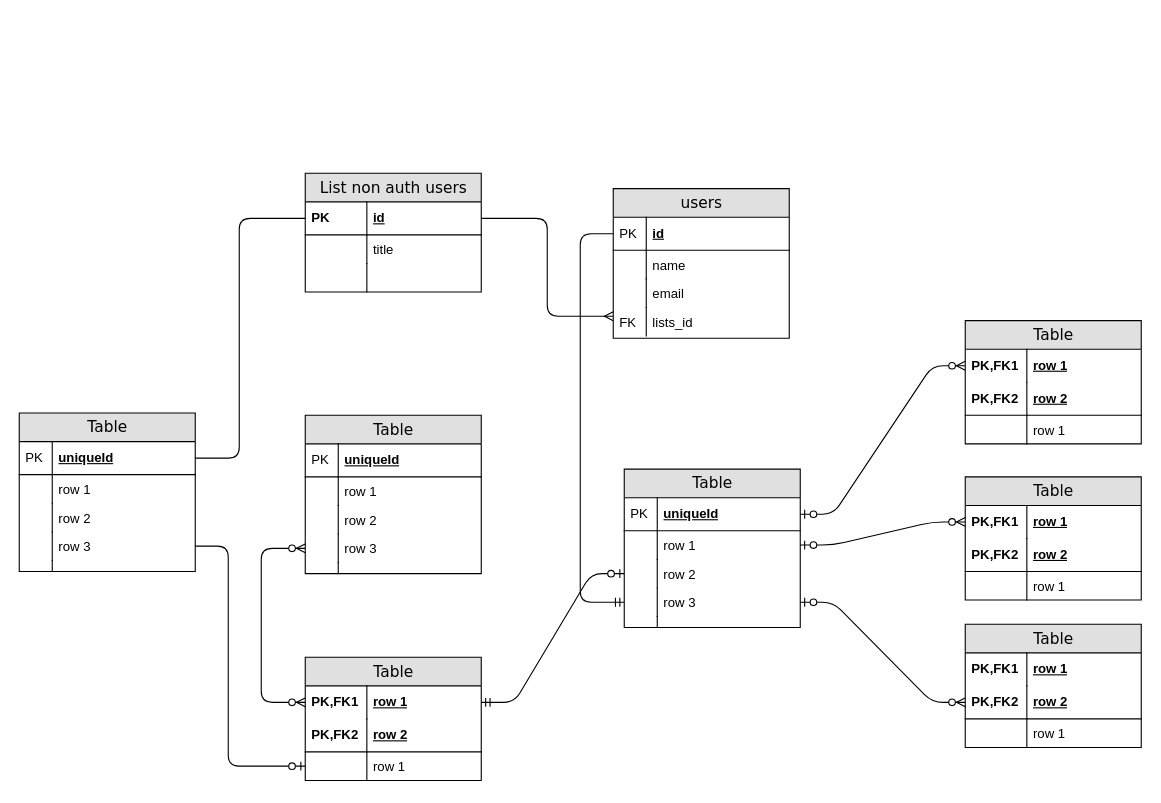
This is schem_of_DB/AudiopMC_DB.drawio from AlexXXll/Test_to_ITMO, a draw.io file, before an edit. Source tidied: cells renumbered, new cells numbered last; positions are measured from the earlier drawing's top-left corner, leaving out a move shared by most shapes. Both pictures are drawn from the tidied source at 110%, with x=0, y=0 at pixel (19, 173).
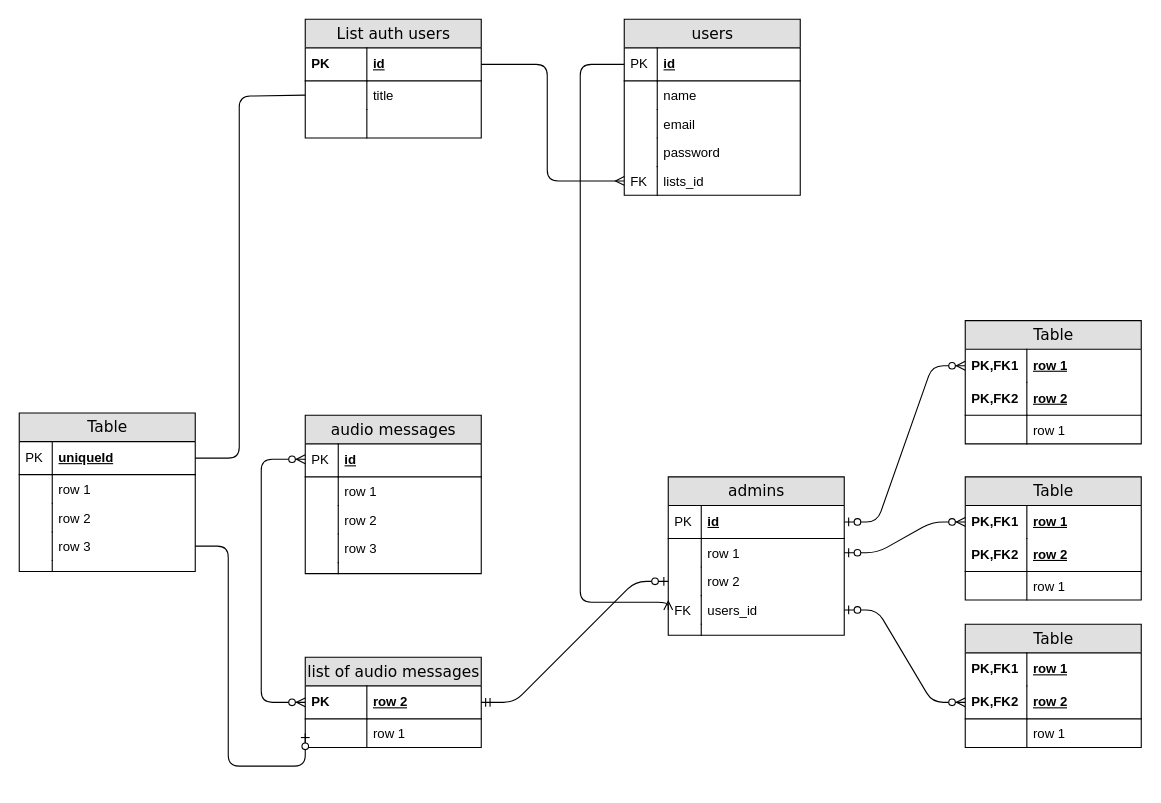
Above is the later version.

Unchanged cells that the change refers to:
```xml
<mxCell id="3" value="id" style="shape=partialRectangle;top=0;left=0;right=0;bottom=1;html=1;align=left;verticalAlign=middle;fillColor=none;spacingLeft=60;spacingRight=4;whiteSpace=wrap;overflow=hidden;points=[[0,0.5],[1,0.5]];portConstraint=eastwest;fontStyle=5;" parent="2" vertex="1">
  <mxGeometry y="26" width="160" height="30" as="geometry" />
</mxCell>
<mxCell id="5" value="title" style="shape=partialRectangle;top=0;left=0;right=0;bottom=0;html=1;align=left;verticalAlign=top;fillColor=none;spacingLeft=60;spacingRight=4;whiteSpace=wrap;overflow=hidden;points=[[0,0.5],[1,0.5]];portConstraint=eastwest;" parent="2" vertex="1">
  <mxGeometry y="56" width="160" height="26" as="geometry" />
</mxCell>
<mxCell id="10" value="id" style="shape=partialRectangle;top=0;left=0;right=0;bottom=1;html=1;align=left;verticalAlign=middle;fillColor=none;spacingLeft=34;spacingRight=4;whiteSpace=wrap;overflow=hidden;points=[[0,0.5],[1,0.5]];portConstraint=eastwest;fontStyle=5;" parent="9" vertex="1">
  <mxGeometry y="26" width="160" height="30" as="geometry" />
</mxCell>
<mxCell id="25" value="row 3" style="shape=partialRectangle;top=0;left=0;right=0;bottom=0;html=1;align=left;verticalAlign=top;fillColor=none;spacingLeft=34;spacingRight=4;whiteSpace=wrap;overflow=hidden;points=[[0,0.5],[1,0.5]];portConstraint=eastwest;" parent="18" vertex="1">
  <mxGeometry y="108" width="160" height="26" as="geometry" />
</mxCell>
<mxCell id="34" value="row 2" style="shape=partialRectangle;top=0;left=0;right=0;bottom=0;html=1;align=left;verticalAlign=top;fillColor=none;spacingLeft=34;spacingRight=4;whiteSpace=wrap;overflow=hidden;points=[[0,0.5],[1,0.5]];portConstraint=eastwest;" parent="29" vertex="1">
  <mxGeometry y="82" width="160" height="26" as="geometry" />
</mxCell>
<mxCell id="76" value="uniqueId" style="shape=partialRectangle;top=0;left=0;right=0;bottom=1;html=1;align=left;verticalAlign=middle;fillColor=none;spacingLeft=34;spacingRight=4;whiteSpace=wrap;overflow=hidden;points=[[0,0.5],[1,0.5]];portConstraint=eastwest;fontStyle=5;" parent="75" vertex="1">
  <mxGeometry y="26" width="160" height="30" as="geometry" />
</mxCell>
```

Diff of the diagram source:
```diff
@@
-    <mxCell id="2" value="List non auth users" style="swimlane;html=1;fontStyle=0;horizontal=1;startSize=26;fillColor=#e0e0e0;swimlaneFillColor=#ffffff;align=center;rounded=0;shadow=0;comic=0;labelBackgroundColor=none;strokeWidth=1;fontFamily=Verdana;fontSize=14;" parent="1" vertex="1">
-      <mxGeometry x="260" width="160" height="108" as="geometry" />
+    <mxCell id="2" value="List auth users" style="swimlane;html=1;fontStyle=0;horizontal=1;startSize=26;fillColor=#e0e0e0;swimlaneFillColor=#ffffff;align=center;rounded=0;shadow=0;comic=0;labelBackgroundColor=none;strokeWidth=1;fontFamily=Verdana;fontSize=14;" parent="1" vertex="1">
+      <mxGeometry x="260" y="-140" width="160" height="108" as="geometry" />
     </mxCell>
@@
     <mxCell id="9" value="users" style="swimlane;html=1;fontStyle=0;horizontal=1;startSize=26;fillColor=#e0e0e0;swimlaneFillColor=#ffffff;align=center;rounded=0;shadow=0;comic=0;labelBackgroundColor=none;strokeWidth=1;fontFamily=Verdana;fontSize=14;swimlaneLine=1;" parent="1" vertex="1">
-      <mxGeometry x="540" y="14" width="160" height="136" as="geometry" />
+      <mxGeometry x="550" y="-140" width="160" height="160" as="geometry" />
     </mxCell>
@@
+    <mxCell id="88" value="password" style="shape=partialRectangle;top=0;left=0;right=0;bottom=0;html=1;align=left;verticalAlign=top;fillColor=none;spacingLeft=34;spacingRight=4;whiteSpace=wrap;overflow=hidden;" parent="9" vertex="1">
+      <mxGeometry y="108" width="160" height="26" as="geometry" />
+    </mxCell>
+    <mxCell id="89" style="shape=partialRectangle;top=0;left=0;bottom=0;html=1;fillColor=none;align=left;verticalAlign=top;spacingLeft=4;spacingRight=4;whiteSpace=wrap;overflow=hidden;" parent="88" vertex="1">
+      <mxGeometry width="30" height="26" as="geometry" />
+    </mxCell>
     <mxCell id="16" value="lists_id" style="shape=partialRectangle;top=0;left=0;right=0;bottom=0;html=1;align=left;verticalAlign=top;fillColor=none;spacingLeft=34;spacingRight=4;whiteSpace=wrap;overflow=hidden;points=[[0,0.5],[1,0.5]];portConstraint=eastwest;" parent="9" vertex="1">
-      <mxGeometry y="108" width="160" height="26" as="geometry" />
+      <mxGeometry y="134" width="160" height="26" as="geometry" />
     </mxCell>
@@
-    <mxCell id="18" value="Table" style="swimlane;html=1;fontStyle=0;horizontal=1;startSize=26;fillColor=#e0e0e0;swimlaneFillColor=#ffffff;align=center;rounded=0;shadow=0;comic=0;labelBackgroundColor=none;strokeWidth=1;fontFamily=Verdana;fontSize=14;" parent="1" vertex="1">
+    <mxCell id="18" value="audio messages" style="swimlane;html=1;fontStyle=0;horizontal=1;startSize=26;fillColor=#e0e0e0;swimlaneFillColor=#ffffff;align=center;rounded=0;shadow=0;comic=0;labelBackgroundColor=none;strokeWidth=1;fontFamily=Verdana;fontSize=14;" parent="1" vertex="1">
       <mxGeometry x="260" y="220" width="160" height="144" as="geometry" />
     </mxCell>
-    <mxCell id="19" value="uniqueId" style="shape=partialRectangle;top=0;left=0;right=0;bottom=1;html=1;align=left;verticalAlign=middle;fillColor=none;spacingLeft=34;spacingRight=4;whiteSpace=wrap;overflow=hidden;points=[[0,0.5],[1,0.5]];portConstraint=eastwest;fontStyle=5;" parent="18" vertex="1">
+    <mxCell id="19" value="id" style="shape=partialRectangle;top=0;left=0;right=0;bottom=1;html=1;align=left;verticalAlign=middle;fillColor=none;spacingLeft=34;spacingRight=4;whiteSpace=wrap;overflow=hidden;points=[[0,0.5],[1,0.5]];portConstraint=eastwest;fontStyle=5;" parent="18" vertex="1">
       <mxGeometry y="26" width="160" height="30" as="geometry" />
     </mxCell>
@@
-    <mxCell id="29" value="Table" style="swimlane;html=1;fontStyle=0;horizontal=1;startSize=26;fillColor=#e0e0e0;swimlaneFillColor=#ffffff;align=center;rounded=0;shadow=0;comic=0;labelBackgroundColor=none;strokeWidth=1;fontFamily=Verdana;fontSize=14;" parent="1" vertex="1">
-      <mxGeometry x="550" y="269" width="160" height="144" as="geometry" />
+    <mxCell id="29" value="admins" style="swimlane;html=1;fontStyle=0;horizontal=1;startSize=26;fillColor=#e0e0e0;swimlaneFillColor=#ffffff;align=center;rounded=0;shadow=0;comic=0;labelBackgroundColor=none;strokeWidth=1;fontFamily=Verdana;fontSize=14;" parent="1" vertex="1">
+      <mxGeometry x="590" y="276" width="160" height="144" as="geometry" />
     </mxCell>
-    <mxCell id="30" value="uniqueId" style="shape=partialRectangle;top=0;left=0;right=0;bottom=1;html=1;align=left;verticalAlign=middle;fillColor=none;spacingLeft=34;spacingRight=4;whiteSpace=wrap;overflow=hidden;points=[[0,0.5],[1,0.5]];portConstraint=eastwest;fontStyle=5;" parent="29" vertex="1">
+    <mxCell id="30" value="id" style="shape=partialRectangle;top=0;left=0;right=0;bottom=1;html=1;align=left;verticalAlign=middle;fillColor=none;spacingLeft=34;spacingRight=4;whiteSpace=wrap;overflow=hidden;points=[[0,0.5],[1,0.5]];portConstraint=eastwest;fontStyle=5;" parent="29" vertex="1">
       <mxGeometry y="26" width="160" height="30" as="geometry" />
     </mxCell>
@@
-    <mxCell id="36" value="row 3" style="shape=partialRectangle;top=0;left=0;right=0;bottom=0;html=1;align=left;verticalAlign=top;fillColor=none;spacingLeft=34;spacingRight=4;whiteSpace=wrap;overflow=hidden;points=[[0,0.5],[1,0.5]];portConstraint=eastwest;" parent="29" vertex="1">
+    <mxCell id="36" value="users_id" style="shape=partialRectangle;top=0;left=0;right=0;bottom=0;html=1;align=left;verticalAlign=top;fillColor=none;spacingLeft=34;spacingRight=4;whiteSpace=wrap;overflow=hidden;points=[[0,0.5],[1,0.5]];portConstraint=eastwest;" parent="29" vertex="1">
       <mxGeometry y="108" width="160" height="26" as="geometry" />
     </mxCell>
-    <mxCell id="37" style="shape=partialRectangle;top=0;left=0;bottom=0;html=1;fillColor=none;align=left;verticalAlign=top;spacingLeft=4;spacingRight=4;whiteSpace=wrap;overflow=hidden;" parent="36" vertex="1">
+    <mxCell id="37" value="FK" style="shape=partialRectangle;top=0;left=0;bottom=0;html=1;fillColor=none;align=left;verticalAlign=top;spacingLeft=4;spacingRight=4;whiteSpace=wrap;overflow=hidden;" parent="36" vertex="1">
       <mxGeometry width="30" height="26" as="geometry" />
     </mxCell>
@@
-    <mxCell id="47" value="Table" style="swimlane;html=1;fontStyle=0;horizontal=1;startSize=26;fillColor=#e0e0e0;swimlaneFillColor=#ffffff;align=center;rounded=0;shadow=0;comic=0;labelBackgroundColor=none;strokeWidth=1;fontFamily=Verdana;fontSize=14;" parent="1" vertex="1">
-      <mxGeometry x="260" y="440" width="160" height="112" as="geometry" />
+    <mxCell id="47" value="list of audio messages" style="swimlane;html=1;fontStyle=0;horizontal=1;startSize=26;fillColor=#e0e0e0;swimlaneFillColor=#ffffff;align=center;rounded=0;shadow=0;comic=0;labelBackgroundColor=none;strokeWidth=1;fontFamily=Verdana;fontSize=14;" parent="1" vertex="1">
+      <mxGeometry x="260" y="440" width="160" height="82" as="geometry" />
     </mxCell>
-    <mxCell id="48" value="row 1" style="shape=partialRectangle;top=0;left=0;right=0;bottom=0;html=1;align=left;verticalAlign=middle;fillColor=none;spacingLeft=60;spacingRight=4;whiteSpace=wrap;overflow=hidden;points=[[0,0.5],[1,0.5]];portConstraint=eastwest;fontStyle=5;" parent="47" vertex="1">
-      <mxGeometry y="26" width="160" height="30" as="geometry" />
-    </mxCell>
-    <mxCell id="49" value="PK,FK1" style="shape=partialRectangle;fontStyle=1;top=0;left=0;bottom=0;html=1;fillColor=none;align=left;verticalAlign=middle;spacingLeft=4;spacingRight=4;whiteSpace=wrap;overflow=hidden;" parent="48" vertex="1">
-      <mxGeometry width="56" height="30" as="geometry" />
-    </mxCell>
     <mxCell id="50" value="row 2" style="shape=partialRectangle;top=0;left=0;right=0;bottom=1;html=1;align=left;verticalAlign=middle;fillColor=none;spacingLeft=60;spacingRight=4;whiteSpace=wrap;overflow=hidden;fontStyle=5;" parent="47" vertex="1">
-      <mxGeometry y="56" width="160" height="30" as="geometry" />
+      <mxGeometry y="26" width="160" height="30" as="geometry" />
     </mxCell>
-    <mxCell id="51" value="PK,FK2" style="shape=partialRectangle;fontStyle=1;top=0;left=0;bottom=0;html=1;fillColor=none;align=left;verticalAlign=middle;spacingLeft=4;spacingRight=4;whiteSpace=wrap;overflow=hidden;" parent="50" vertex="1">
+    <mxCell id="51" value="PK" style="shape=partialRectangle;fontStyle=1;top=0;left=0;bottom=0;html=1;fillColor=none;align=left;verticalAlign=middle;spacingLeft=4;spacingRight=4;whiteSpace=wrap;overflow=hidden;" parent="50" vertex="1">
       <mxGeometry width="56" height="30" as="geometry" />
     </mxCell>
     <mxCell id="52" value="row 1" style="shape=partialRectangle;top=0;left=0;right=0;bottom=0;html=1;align=left;verticalAlign=top;fillColor=none;spacingLeft=60;spacingRight=4;whiteSpace=wrap;overflow=hidden;points=[[0,0.5],[1,0.5]];portConstraint=eastwest;" parent="47" vertex="1">
-      <mxGeometry y="86" width="160" height="26" as="geometry" />
+      <mxGeometry y="56" width="160" height="26" as="geometry" />
     </mxCell>
@@
-    <mxCell id="54" style="edgeStyle=orthogonalEdgeStyle;html=1;endArrow=ERzeroToMany;endFill=1;startArrow=ERzeroToMany;labelBackgroundColor=none;fontFamily=Verdana;fontSize=14;entryX=0;entryY=0.5;exitX=0;exitY=0.5;" parent="1" edge="1" source="48" target="25">
+    <mxCell id="54" style="edgeStyle=orthogonalEdgeStyle;html=1;endArrow=ERzeroToMany;endFill=1;startArrow=ERzeroToMany;labelBackgroundColor=none;fontFamily=Verdana;fontSize=14;exitX=0;exitY=0.5;" parent="1" edge="1" target="19">
       <mxGeometry relative="1" as="geometry">
+        <mxPoint x="260" y="481" as="sourcePoint" />
         <Array as="points">
           <mxPoint x="220" y="481" />
-          <mxPoint x="220" y="341" />
+          <mxPoint x="220" y="260" />
         </Array>
       </mxGeometry>
     </mxCell>
-    <mxCell id="55" style="edgeStyle=orthogonalEdgeStyle;html=1;endArrow=none;startArrow=ERmany;labelBackgroundColor=none;fontFamily=Verdana;fontSize=14;endFill=0;entryX=1;entryY=0.5;entryDx=0;entryDy=0;" parent="1" edge="1" target="3">
+    <mxCell id="55" style="edgeStyle=orthogonalEdgeStyle;html=1;endArrow=none;startArrow=ERmany;labelBackgroundColor=none;fontFamily=Verdana;fontSize=14;endFill=0;entryX=1;entryY=0.5;entryDx=0;entryDy=0;exitX=0;exitY=0.5;exitDx=0;exitDy=0;" parent="1" edge="1" source="16" target="3">
       <mxGeometry relative="1" as="geometry">
-        <mxPoint x="540" y="130" as="sourcePoint" />
         <Array as="points">
-          <mxPoint x="480" y="130" />
-          <mxPoint x="480" y="41" />
+          <mxPoint x="480" y="7" />
+          <mxPoint x="480" y="-99" />
         </Array>
       </mxGeometry>
     </mxCell>
-    <mxCell id="56" style="edgeStyle=orthogonalEdgeStyle;html=1;endArrow=none;startArrow=ERmandOne;labelBackgroundColor=none;fontFamily=Verdana;fontSize=14;exitX=0;exitY=0.5;endFill=0;entryX=0;entryY=0.5;entryDx=0;entryDy=0;exitDx=0;exitDy=0;" parent="1" edge="1" source="36" target="10">
+    <mxCell id="56" style="edgeStyle=orthogonalEdgeStyle;html=1;endArrow=none;startArrow=ERmany;labelBackgroundColor=none;fontFamily=Verdana;fontSize=14;exitX=0;exitY=0.5;endFill=0;exitDx=0;exitDy=0;startFill=0;entryX=0;entryY=0.5;entryDx=0;entryDy=0;" parent="1" edge="1" source="36" target="10">
       <mxGeometry relative="1" as="geometry">
         <Array as="points">
+          <mxPoint x="590" y="390" />
           <mxPoint x="510" y="390" />
-          <mxPoint x="510" y="55" />
+          <mxPoint x="510" y="-99" />
         </Array>
       </mxGeometry>
     </mxCell>
-    <mxCell id="57" style="edgeStyle=entityRelationEdgeStyle;html=1;endArrow=ERzeroToOne;startArrow=ERmandOne;labelBackgroundColor=none;fontFamily=Verdana;fontSize=14;exitX=1;exitY=0.5;entryX=0;entryY=0.5;" parent="1" edge="1" source="48" target="34">
-      <mxGeometry relative="1" as="geometry" />
+    <mxCell id="57" style="edgeStyle=entityRelationEdgeStyle;html=1;endArrow=ERzeroToOne;startArrow=ERmandOne;labelBackgroundColor=none;fontFamily=Verdana;fontSize=14;exitX=1;exitY=0.5;entryX=0;entryY=0.5;" parent="1" edge="1" target="34">
+      <mxGeometry relative="1" as="geometry">
+        <mxPoint x="420" y="481" as="sourcePoint" />
+      </mxGeometry>
     </mxCell>
@@
-    <mxCell id="86" style="edgeStyle=orthogonalEdgeStyle;html=1;endArrow=none;endFill=0;labelBackgroundColor=none;fontFamily=Verdana;fontSize=14;entryX=0;entryY=0.5;exitX=1;exitY=0.5;" parent="1" edge="1" source="76">
+    <mxCell id="86" style="edgeStyle=orthogonalEdgeStyle;html=1;endArrow=none;endFill=0;labelBackgroundColor=none;fontFamily=Verdana;fontSize=14;entryX=0;entryY=0.5;exitX=1;exitY=0.5;entryDx=0;entryDy=0;" parent="1" edge="1" source="76" target="5">
       <mxGeometry relative="1" as="geometry">
-        <mxPoint x="260" y="41" as="targetPoint" />
         <Array as="points">
           <mxPoint x="200" y="259" />
-          <mxPoint x="200" y="41" />
+          <mxPoint x="200" y="-70" />
+          <mxPoint x="260" y="-70" />
         </Array>
       </mxGeometry>
     </mxCell>
```
